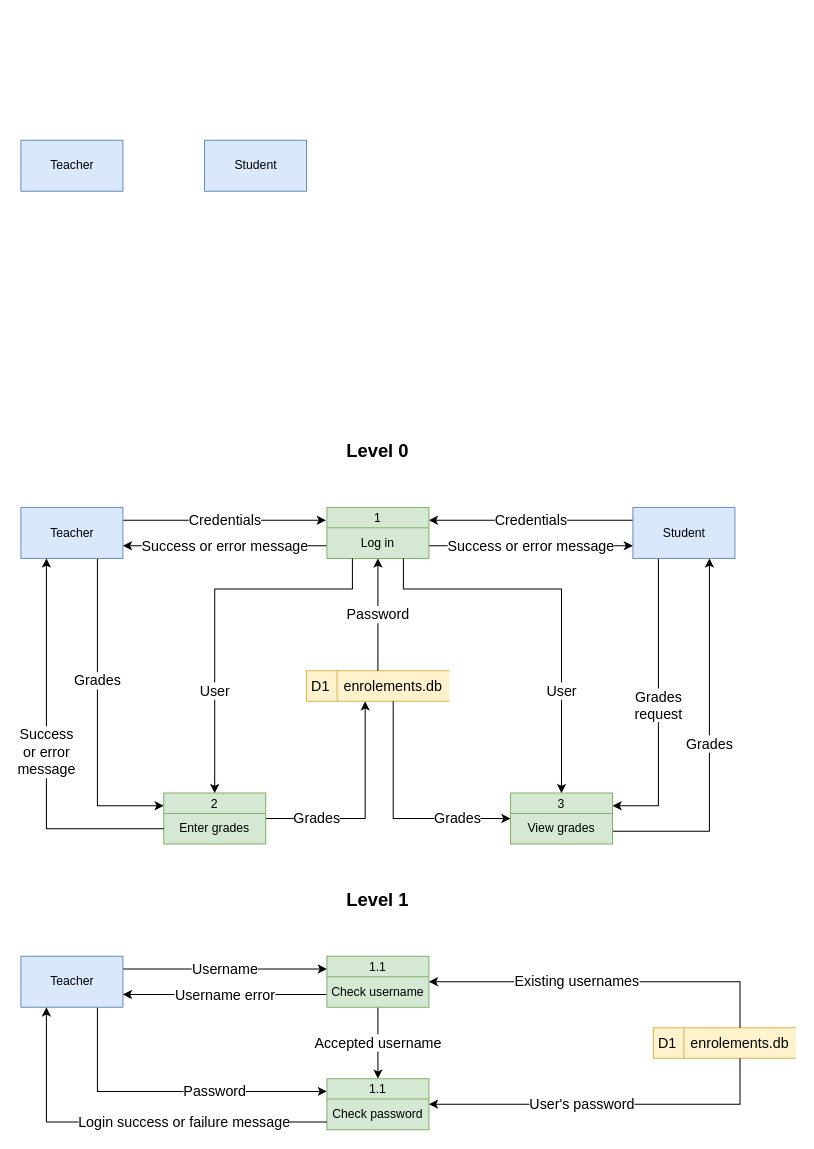
This is page "DFD" (5 of 7) of UML Symbols.drawio from DamoM73/digital-solutions-text, a draw.io file, before an edit. Source tidied: cells renumbered, new cells numbered last; positions are measured from the earlier drawing's top-left corner, leaving out a move shared by most shapes. Both pictures are drawn from the tidied source at 102%, with x=0, y=0 at pixel (20, 140).
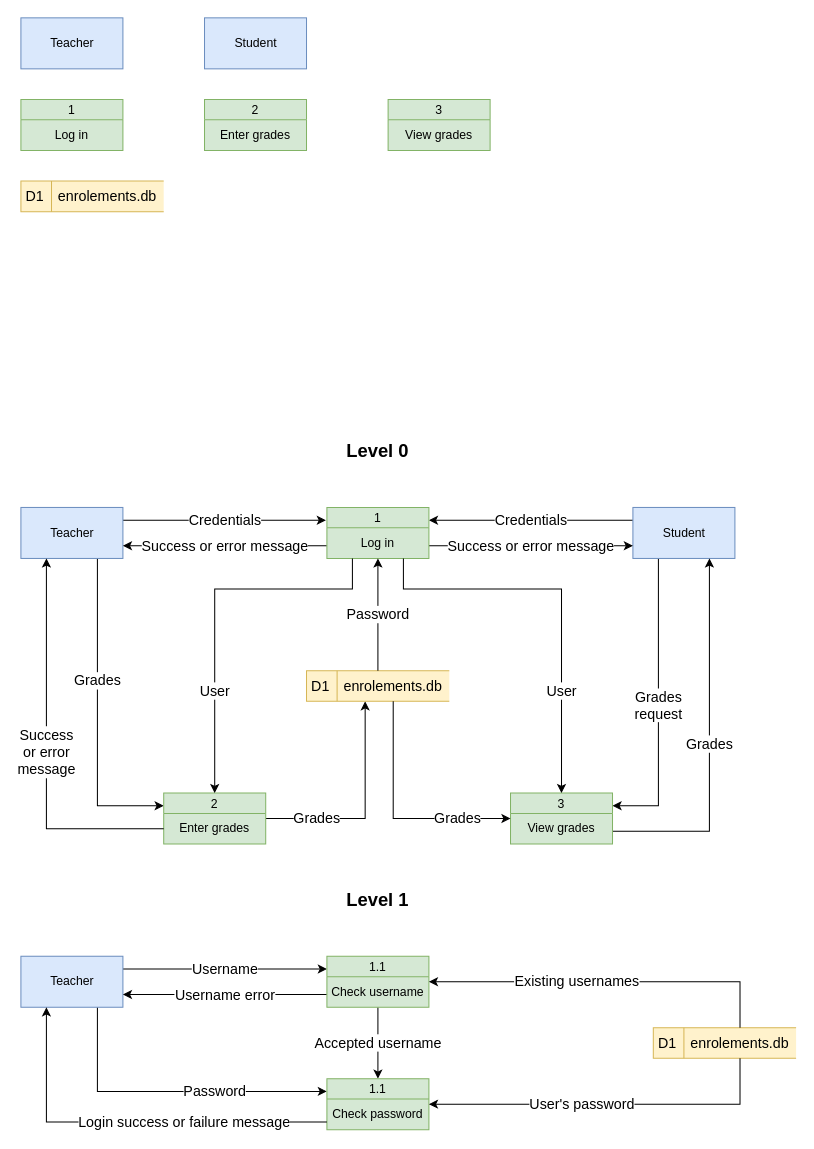
Above is the later version.

What changed in the source:
```diff
@@
     <mxCell id="43" value="Teacher" style="html=1;dashed=0;whitespace=wrap;fillColor=#dae8fc;strokeColor=#6c8ebf;" parent="1" vertex="1">
-      <mxGeometry width="100" height="50" as="geometry" />
+      <mxGeometry y="-120" width="100" height="50" as="geometry" />
     </mxCell>
     <mxCell id="44" value="Student" style="html=1;dashed=0;whitespace=wrap;fillColor=#dae8fc;strokeColor=#6c8ebf;" parent="1" vertex="1">
-      <mxGeometry x="180" width="100" height="50" as="geometry" />
+      <mxGeometry x="180" y="-120" width="100" height="50" as="geometry" />
     </mxCell>
+    <mxCell id="45" value="1" style="swimlane;fontStyle=0;horizontal=1;startSize=20;fillColor=#d5e8d4;swimlaneFillColor=#D5E8D4;strokeColor=#82b366;" parent="1" vertex="1">
+      <mxGeometry y="-40" width="100" height="50" as="geometry" />
+    </mxCell>
+    <mxCell id="46" value="Log in" style="text;html=1;strokeColor=none;fillColor=none;align=center;verticalAlign=middle;whiteSpace=wrap;rounded=0;" parent="45" vertex="1">
+      <mxGeometry y="20" width="100" height="30" as="geometry" />
+    </mxCell>
+    <mxCell id="47" value="2" style="swimlane;fontStyle=0;horizontal=1;startSize=20;fillColor=#d5e8d4;swimlaneFillColor=#D5E8D4;strokeColor=#82b366;" parent="1" vertex="1">
+      <mxGeometry x="180" y="-40" width="100" height="50" as="geometry" />
+    </mxCell>
+    <mxCell id="48" value="Enter grades" style="text;html=1;strokeColor=none;fillColor=none;align=center;verticalAlign=middle;whiteSpace=wrap;rounded=0;" parent="47" vertex="1">
+      <mxGeometry y="20" width="100" height="30" as="geometry" />
+    </mxCell>
+    <mxCell id="49" value="3" style="swimlane;fontStyle=0;horizontal=1;startSize=20;fillColor=#d5e8d4;swimlaneFillColor=#D5E8D4;strokeColor=#82b366;" parent="1" vertex="1">
+      <mxGeometry x="360" y="-40" width="100" height="50" as="geometry" />
+    </mxCell>
+    <mxCell id="50" value="View grades" style="text;html=1;strokeColor=none;fillColor=none;align=center;verticalAlign=middle;whiteSpace=wrap;rounded=0;" parent="49" vertex="1">
+      <mxGeometry y="20" width="100" height="30" as="geometry" />
+    </mxCell>
+    <mxCell id="51" style="group;" parent="1" vertex="1">
+      <mxGeometry y="40" width="140" height="30" as="geometry" />
+    </mxCell>
+    <mxCell id="52" value="D1" style="html=1;dashed=0;whitespace=wrap;shape=mxgraph.dfd.dataStoreID;align=left;spacingLeft=3;fontSize=14;fillColor=#fff2cc;strokeColor=#d6b656;" parent="51" vertex="1">
+      <mxGeometry width="140" height="30" as="geometry" />
+    </mxCell>
+    <mxCell id="53" value="enrolements.db" style="text;html=1;strokeColor=none;fillColor=none;align=center;verticalAlign=middle;whiteSpace=wrap;rounded=0;fontSize=14;" parent="51" vertex="1">
+      <mxGeometry x="30" width="110" height="30" as="geometry" />
+    </mxCell>
```
